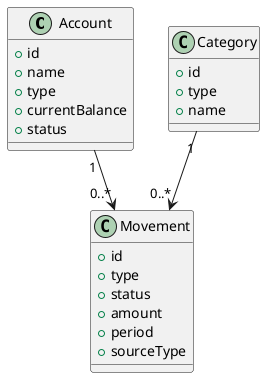
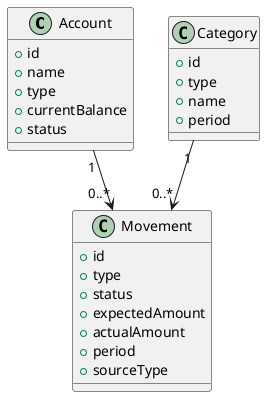
@startuml
class Account {
  +id
  +name
  +type
  +currentBalance
  +status
}

class Movement {
  +id
  +type
  +status
-   +amount
+   +expectedAmount
+   +actualAmount
  +period
  +sourceType
}

class Category {
  +id
  +type
  +name
+   +period
}

Account "1" --> "0..*" Movement
Category "1" --> "0..*" Movement
@enduml
- 
